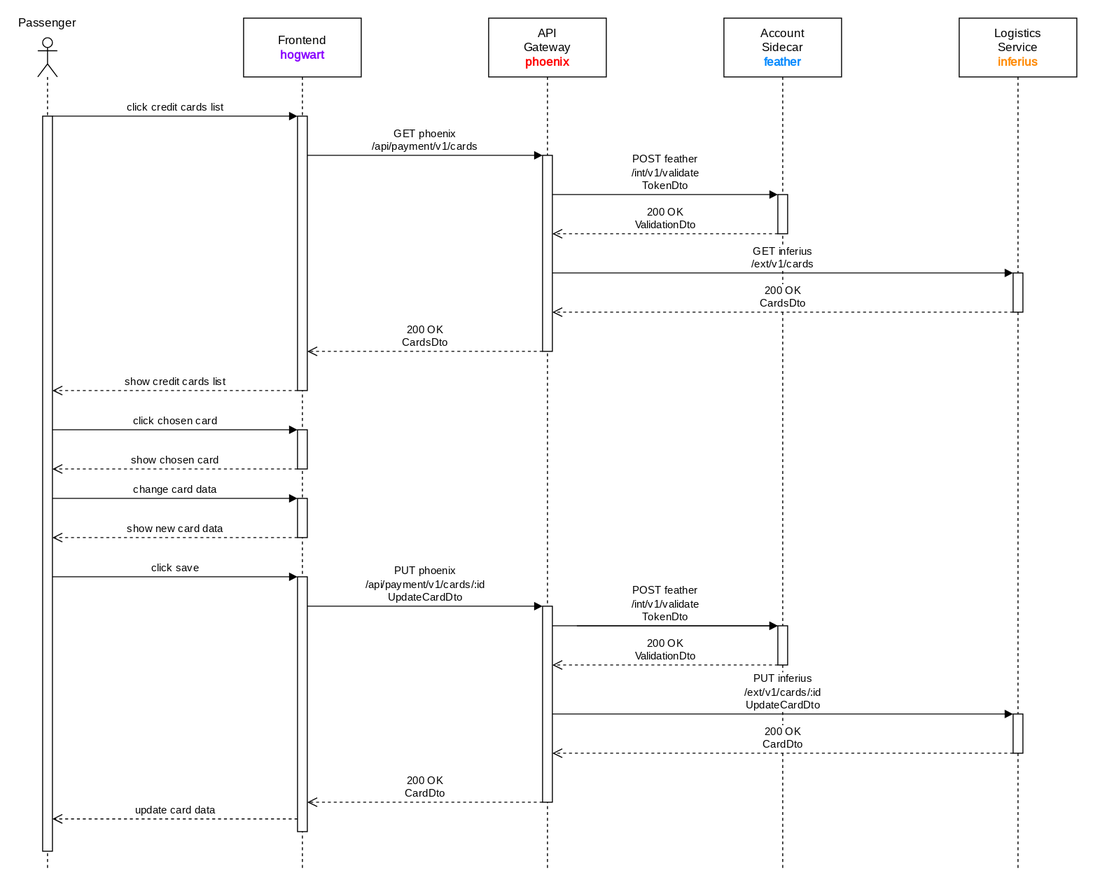
PWR-ACS-SE-24/SoftwareSystemDesign keeps this draw.io diagram as documentation/course/e2/images/sequence-diagram-inferius-update-card.drawio.svg. Above is the earlier version. Source tidied: cells renumbered, new cells last; positions are measured from the earlier drawing's top-left corner, leaving out a move shared by most shapes.
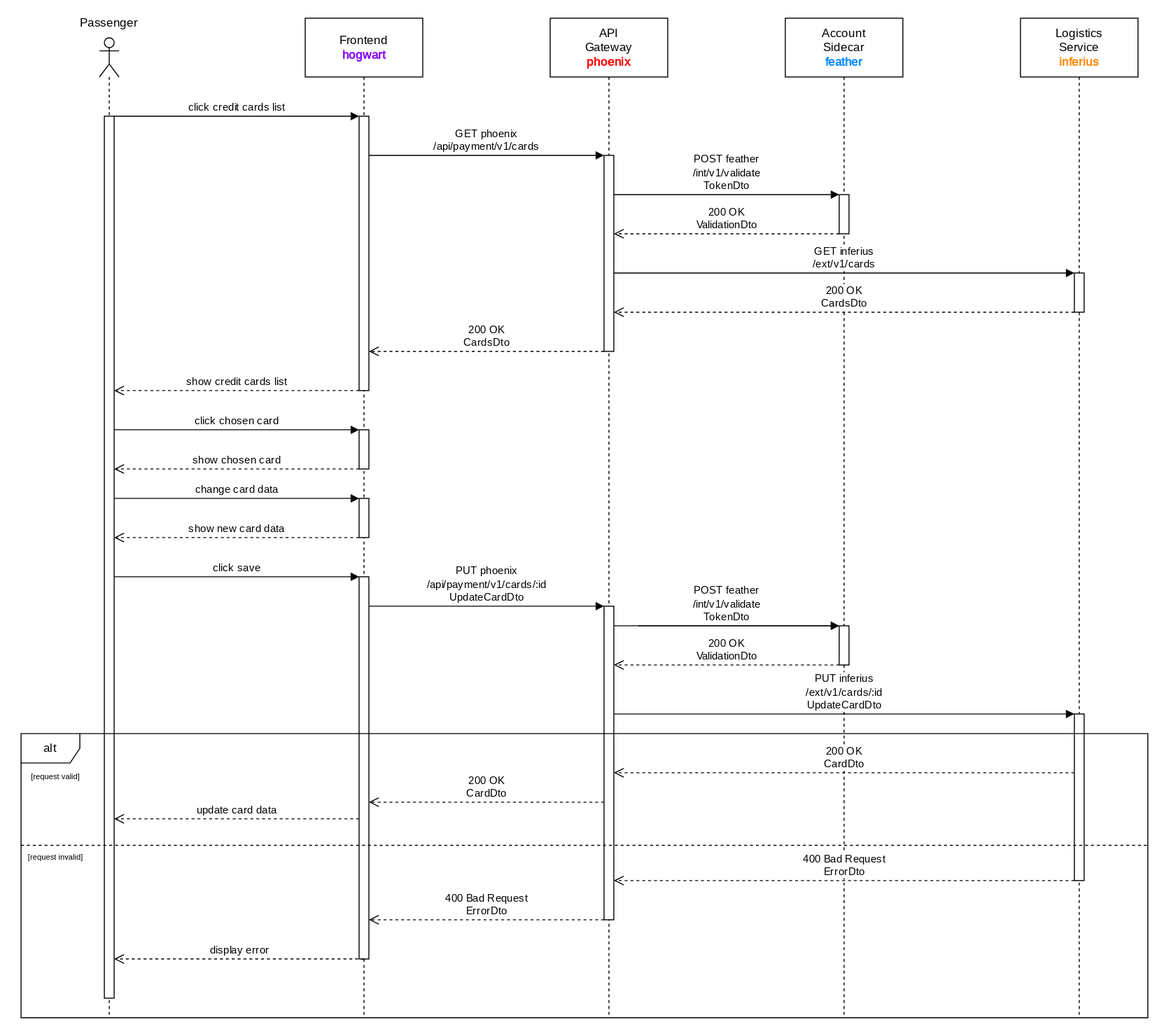
The same diagram one commit later.

The edit, as a diff of the source:
```diff
@@ -3,16 +3,16 @@
     <mxCell id="0" />
     <mxCell id="1" parent="0" />
     <mxCell id="2" value="&lt;div&gt;API&lt;/div&gt;&lt;div&gt;Gateway&lt;/div&gt;&lt;div&gt;&lt;b&gt;&lt;font color=&quot;#ff0000&quot;&gt;phoenix&lt;/font&gt;&lt;/b&gt;&lt;br&gt;&lt;/div&gt;" style="shape=umlLifeline;perimeter=lifelinePerimeter;whiteSpace=wrap;html=1;newEdgeStyle={&quot;curved&quot;:0,&quot;rounded&quot;:0};size=60;fontFamily=JetBrains Mono;fontSource=https%3A%2F%2Ffonts.googleapis.com%2Fcss%3Ffamily%3DJetBrains%2BMono;" parent="1" vertex="1">
-      <mxGeometry x="460" width="120" height="870" as="geometry" />
+      <mxGeometry x="460" width="120" height="1020" as="geometry" />
     </mxCell>
     <mxCell id="3" style="html=1;points=[[0,0,0,0,5],[0,1,0,0,-5],[1,0,0,0,5],[1,1,0,0,-5]];perimeter=orthogonalPerimeter;outlineConnect=0;targetShapes=umlLifeline;portConstraint=eastwest;newEdgeStyle={&quot;curved&quot;:0,&quot;rounded&quot;:0};fontFamily=JetBrains Mono;fontSource=https%3A%2F%2Ffonts.googleapis.com%2Fcss%3Ffamily%3DJetBrains%2BMono;" parent="2" vertex="1">
       <mxGeometry x="55" y="140" width="10" height="200" as="geometry" />
     </mxCell>
     <mxCell id="4" style="html=1;points=[[0,0,0,0,5],[0,1,0,0,-5],[1,0,0,0,5],[1,1,0,0,-5]];perimeter=orthogonalPerimeter;outlineConnect=0;targetShapes=umlLifeline;portConstraint=eastwest;newEdgeStyle={&quot;curved&quot;:0,&quot;rounded&quot;:0};fontFamily=JetBrains Mono;fontSource=https%3A%2F%2Ffonts.googleapis.com%2Fcss%3Ffamily%3DJetBrains%2BMono;" parent="2" vertex="1">
-      <mxGeometry x="55" y="600" width="10" height="200" as="geometry" />
+      <mxGeometry x="55" y="600" width="10" height="320" as="geometry" />
     </mxCell>
     <mxCell id="5" value="Account&lt;br&gt;Sidecar&lt;font color=&quot;#0088ff&quot;&gt;&lt;b&gt;&lt;br&gt;feather&lt;/b&gt;&lt;/font&gt;&lt;br&gt;&lt;font color=&quot;#0088ff&quot;&gt;&lt;b&gt;&lt;/b&gt;&lt;/font&gt;" style="shape=umlLifeline;perimeter=lifelinePerimeter;whiteSpace=wrap;html=1;newEdgeStyle={&quot;curved&quot;:0,&quot;rounded&quot;:0};size=60;fontFamily=JetBrains Mono;fontSource=https%3A%2F%2Ffonts.googleapis.com%2Fcss%3Ffamily%3DJetBrains%2BMono;" parent="1" vertex="1">
-      <mxGeometry x="700" width="120" height="870" as="geometry" />
+      <mxGeometry x="700" width="120" height="1020" as="geometry" />
     </mxCell>
     <mxCell id="6" style="html=1;points=[[0,0,0,0,5],[0,1,0,0,-5],[1,0,0,0,5],[1,1,0,0,-5]];perimeter=orthogonalPerimeter;outlineConnect=0;targetShapes=umlLifeline;portConstraint=eastwest;newEdgeStyle={&quot;curved&quot;:0,&quot;rounded&quot;:0};fontFamily=JetBrains Mono;fontSource=https%3A%2F%2Ffonts.googleapis.com%2Fcss%3Ffamily%3DJetBrains%2BMono;" parent="5" vertex="1">
       <mxGeometry x="55" y="180" width="10" height="40" as="geometry" />
@@ -21,7 +21,7 @@
       <mxGeometry x="55" y="620" width="10" height="40" as="geometry" />
     </mxCell>
     <mxCell id="8" value="&lt;div&gt;Frontend&lt;/div&gt;&lt;div&gt;&lt;b&gt;&lt;font color=&quot;#8800ff&quot;&gt;hogwart&lt;/font&gt;&lt;/b&gt;&lt;br&gt;&lt;/div&gt;" style="shape=umlLifeline;perimeter=lifelinePerimeter;whiteSpace=wrap;html=1;newEdgeStyle={&quot;curved&quot;:0,&quot;rounded&quot;:0};size=60;fontFamily=JetBrains Mono;fontSource=https%3A%2F%2Ffonts.googleapis.com%2Fcss%3Ffamily%3DJetBrains%2BMono;" parent="1" vertex="1">
-      <mxGeometry x="210" width="120" height="870" as="geometry" />
+      <mxGeometry x="210" width="120" height="1020" as="geometry" />
     </mxCell>
     <mxCell id="9" style="html=1;points=[[0,0,0,0,5],[0,1,0,0,-5],[1,0,0,0,5],[1,1,0,0,-5]];perimeter=orthogonalPerimeter;outlineConnect=0;targetShapes=umlLifeline;portConstraint=eastwest;newEdgeStyle={&quot;curved&quot;:0,&quot;rounded&quot;:0};fontFamily=JetBrains Mono;fontSource=https%3A%2F%2Ffonts.googleapis.com%2Fcss%3Ffamily%3DJetBrains%2BMono;" parent="8" vertex="1">
       <mxGeometry x="55" y="100" width="10" height="280" as="geometry" />
@@ -33,13 +33,13 @@
       <mxGeometry x="55" y="490" width="10" height="40" as="geometry" />
     </mxCell>
     <mxCell id="12" style="html=1;points=[[0,0,0,0,5],[0,1,0,0,-5],[1,0,0,0,5],[1,1,0,0,-5]];perimeter=orthogonalPerimeter;outlineConnect=0;targetShapes=umlLifeline;portConstraint=eastwest;newEdgeStyle={&quot;curved&quot;:0,&quot;rounded&quot;:0};fontFamily=JetBrains Mono;fontSource=https%3A%2F%2Ffonts.googleapis.com%2Fcss%3Ffamily%3DJetBrains%2BMono;" parent="8" vertex="1">
-      <mxGeometry x="55" y="570" width="10" height="260" as="geometry" />
+      <mxGeometry x="55" y="570" width="10" height="390" as="geometry" />
     </mxCell>
     <mxCell id="13" value="&lt;div&gt;Passenger&lt;/div&gt;" style="shape=umlLifeline;perimeter=lifelinePerimeter;whiteSpace=wrap;html=1;newEdgeStyle={&quot;curved&quot;:0,&quot;rounded&quot;:0};participant=umlActor;spacing=0;spacingBottom=70;fontFamily=JetBrains Mono;fontSource=https%3A%2F%2Ffonts.googleapis.com%2Fcss%3Ffamily%3DJetBrains%2BMono;" parent="1" vertex="1">
-      <mxGeometry y="20" width="20" height="850" as="geometry" />
+      <mxGeometry y="20" width="20" height="1000" as="geometry" />
     </mxCell>
     <mxCell id="14" style="html=1;points=[[0,0,0,0,5],[0,1,0,0,-5],[1,0,0,0,5],[1,1,0,0,-5]];perimeter=orthogonalPerimeter;outlineConnect=0;targetShapes=umlLifeline;portConstraint=eastwest;newEdgeStyle={&quot;curved&quot;:0,&quot;rounded&quot;:0};fontFamily=JetBrains Mono;fontSource=https%3A%2F%2Ffonts.googleapis.com%2Fcss%3Ffamily%3DJetBrains%2BMono;" parent="13" vertex="1">
-      <mxGeometry x="5" y="80" width="10" height="750" as="geometry" />
+      <mxGeometry x="5" y="80" width="10" height="900" as="geometry" />
     </mxCell>
     <mxCell id="15" value="click credit cards list" style="html=1;verticalAlign=bottom;endArrow=block;curved=0;rounded=0;fontFamily=JetBrains Mono;fontSource=https%3A%2F%2Ffonts.googleapis.com%2Fcss%3Ffamily%3DJetBrains%2BMono;" parent="1" edge="1" target="9">
       <mxGeometry relative="1" as="geometry">
@@ -105,10 +105,10 @@
     </mxCell>
     <mxCell id="24" value="&lt;font&gt;200 OK&lt;/font&gt;&lt;div&gt;&lt;font&gt;CardDto&lt;/font&gt;&lt;/div&gt;" style="html=1;verticalAlign=bottom;endArrow=open;dashed=1;endSize=8;curved=0;rounded=0;fontFamily=JetBrains Mono;fontSource=https%3A%2F%2Ffonts.googleapis.com%2Fcss%3Ffamily%3DJetBrains%2BMono;" parent="1" edge="1">
       <mxGeometry relative="1" as="geometry">
-        <mxPoint x="995" y="750" as="sourcePoint" />
-        <mxPoint x="525" y="750" as="targetPoint" />
+        <mxPoint x="995" y="770" as="sourcePoint" />
+        <mxPoint x="525" y="770" as="targetPoint" />
         <Array as="points">
-          <mxPoint x="650" y="750" />
+          <mxPoint x="650" y="770" />
         </Array>
       </mxGeometry>
     </mxCell>
@@ -122,13 +122,13 @@
       </mxGeometry>
     </mxCell>
     <mxCell id="26" value="Logistics&lt;br&gt;Service&lt;br&gt;&lt;b&gt;&lt;font color=&quot;#ff8800&quot;&gt;inferius&lt;/font&gt;&lt;/b&gt;" style="shape=umlLifeline;perimeter=lifelinePerimeter;whiteSpace=wrap;html=1;newEdgeStyle={&quot;curved&quot;:0,&quot;rounded&quot;:0};size=60;fontFamily=JetBrains Mono;fontSource=https%3A%2F%2Ffonts.googleapis.com%2Fcss%3Ffamily%3DJetBrains%2BMono;" parent="1" vertex="1">
-      <mxGeometry x="940" width="120" height="870" as="geometry" />
+      <mxGeometry x="940" width="120" height="1020" as="geometry" />
     </mxCell>
     <mxCell id="27" style="html=1;points=[[0,0,0,0,5],[0,1,0,0,-5],[1,0,0,0,5],[1,1,0,0,-5]];perimeter=orthogonalPerimeter;outlineConnect=0;targetShapes=umlLifeline;portConstraint=eastwest;newEdgeStyle={&quot;curved&quot;:0,&quot;rounded&quot;:0};fontFamily=JetBrains Mono;fontSource=https%3A%2F%2Ffonts.googleapis.com%2Fcss%3Ffamily%3DJetBrains%2BMono;" parent="26" vertex="1">
       <mxGeometry x="55" y="260" width="10" height="40" as="geometry" />
     </mxCell>
     <mxCell id="28" style="html=1;points=[[0,0,0,0,5],[0,1,0,0,-5],[1,0,0,0,5],[1,1,0,0,-5]];perimeter=orthogonalPerimeter;outlineConnect=0;targetShapes=umlLifeline;portConstraint=eastwest;newEdgeStyle={&quot;curved&quot;:0,&quot;rounded&quot;:0};fontFamily=JetBrains Mono;fontSource=https%3A%2F%2Ffonts.googleapis.com%2Fcss%3Ffamily%3DJetBrains%2BMono;" parent="26" vertex="1">
-      <mxGeometry x="55" y="710" width="10" height="40" as="geometry" />
+      <mxGeometry x="55" y="710" width="10" height="170" as="geometry" />
     </mxCell>
     <mxCell id="29" value="GET inferius&lt;div&gt;/ext/v1/cards&lt;/div&gt;" style="html=1;verticalAlign=bottom;endArrow=block;curved=0;rounded=0;fontFamily=JetBrains Mono;fontSource=https%3A%2F%2Ffonts.googleapis.com%2Fcss%3Ffamily%3DJetBrains%2BMono;" parent="1" edge="1" source="3" target="27">
       <mxGeometry relative="1" as="geometry">
@@ -190,8 +190,11 @@
         </Array>
       </mxGeometry>
     </mxCell>
-    <mxCell id="37" value="change card data" style="html=1;verticalAlign=bottom;endArrow=block;curved=0;rounded=0;fontFamily=JetBrains Mono;fontSource=https%3A%2F%2Ffonts.googleapis.com%2Fcss%3Ffamily%3DJetBrains%2BMono;" parent="1" edge="1" source="14" target="11">
-      <mxGeometry relative="1" as="geometry" />
+    <mxCell id="37" value="change card data" style="html=1;verticalAlign=bottom;endArrow=block;curved=0;rounded=0;fontFamily=JetBrains Mono;fontSource=https%3A%2F%2Ffonts.googleapis.com%2Fcss%3Ffamily%3DJetBrains%2BMono;" parent="1" edge="1">
+      <mxGeometry relative="1" as="geometry">
+        <mxPoint x="15" y="490" as="sourcePoint" />
+        <mxPoint x="265" y="490" as="targetPoint" />
+      </mxGeometry>
     </mxCell>
     <mxCell id="38" value="&lt;font&gt;show new card data&lt;/font&gt;" style="html=1;verticalAlign=bottom;endArrow=open;dashed=1;endSize=8;curved=0;rounded=0;fontFamily=JetBrains Mono;fontSource=https%3A%2F%2Ffonts.googleapis.com%2Fcss%3Ffamily%3DJetBrains%2BMono;" parent="1" edge="1">
       <mxGeometry relative="1" as="geometry">
@@ -205,5 +208,40 @@
     <mxCell id="39" value="click save" style="html=1;verticalAlign=bottom;endArrow=block;curved=0;rounded=0;fontFamily=JetBrains Mono;fontSource=https%3A%2F%2Ffonts.googleapis.com%2Fcss%3Ffamily%3DJetBrains%2BMono;" parent="1" edge="1" source="14" target="12">
       <mxGeometry relative="1" as="geometry" />
     </mxCell>
+    <mxCell id="40" value="alt" style="shape=umlFrame;whiteSpace=wrap;html=1;fontFamily=JetBrains Mono;fontSource=https%3A%2F%2Ffonts.googleapis.com%2Fcss%3Ffamily%3DJetBrains%2BMono;" parent="1" vertex="1">
+      <mxGeometry x="-80" y="730" width="1150" height="290" as="geometry" />
+    </mxCell>
+    <mxCell id="41" style="line;strokeWidth=1;fillColor=none;align=left;verticalAlign=middle;spacingTop=-1;spacingLeft=3;spacingRight=3;labelPosition=right;strokeColor=inherit;fontFamily=JetBrains Mono;fontSource=https%3A%2F%2Ffonts.googleapis.com%2Fcss%3Ffamily%3DJetBrains%2BMono;dashed=1;" parent="1" vertex="1">
+      <mxGeometry x="-80" y="840" width="1150" height="8" as="geometry" />
+    </mxCell>
+    <mxCell id="42" value="&lt;font style=&quot;font-size: 8px;&quot;&gt;[request valid]&lt;/font&gt;" style="text;html=1;align=center;verticalAlign=middle;strokeColor=none;fillColor=none;" parent="1" vertex="1">
+      <mxGeometry x="-80" y="758" width="70" height="30" as="geometry" />
+    </mxCell>
+    <mxCell id="43" value="&lt;font style=&quot;font-size: 8px;&quot;&gt;[request invalid]&lt;/font&gt;" style="text;html=1;align=center;verticalAlign=middle;strokeColor=none;fillColor=none;" parent="1" vertex="1">
+      <mxGeometry x="-85" y="840" width="80" height="30" as="geometry" />
+    </mxCell>
+    <mxCell id="44" value="&lt;font&gt;400 Bad Request&lt;/font&gt;&lt;div&gt;&lt;font&gt;ErrorDto&lt;/font&gt;&lt;/div&gt;" style="html=1;verticalAlign=bottom;endArrow=open;dashed=1;endSize=8;curved=0;rounded=0;fontFamily=JetBrains Mono;fontSource=https%3A%2F%2Ffonts.googleapis.com%2Fcss%3Ffamily%3DJetBrains%2BMono;" parent="1" edge="1">
+      <mxGeometry relative="1" as="geometry">
+        <mxPoint x="995" y="880" as="sourcePoint" />
+        <mxPoint x="525" y="880" as="targetPoint" />
+        <Array as="points">
+          <mxPoint x="650" y="880" />
+        </Array>
+      </mxGeometry>
+    </mxCell>
+    <mxCell id="45" value="400 Bad Request&lt;br&gt;&lt;div&gt;&lt;font&gt;ErrorDto&lt;/font&gt;&lt;/div&gt;" style="html=1;verticalAlign=bottom;endArrow=open;dashed=1;endSize=8;curved=0;rounded=0;fontFamily=JetBrains Mono;fontSource=https%3A%2F%2Ffonts.googleapis.com%2Fcss%3Ffamily%3DJetBrains%2BMono;" parent="1" edge="1">
+      <mxGeometry relative="1" as="geometry">
+        <mxPoint x="515" y="920" as="sourcePoint" />
+        <mxPoint x="275" y="920" as="targetPoint" />
+      </mxGeometry>
+    </mxCell>
+    <mxCell id="46" value="&lt;font&gt;display error&lt;br&gt;&lt;/font&gt;" style="html=1;verticalAlign=bottom;endArrow=open;dashed=1;endSize=8;curved=0;rounded=0;fontFamily=JetBrains Mono;fontSource=https%3A%2F%2Ffonts.googleapis.com%2Fcss%3Ffamily%3DJetBrains%2BMono;" parent="1" edge="1" target="14">
+      <mxGeometry relative="1" as="geometry">
+        <mxPoint x="270" y="960" as="sourcePoint" />
+        <Array as="points">
+          <mxPoint x="140" y="960" />
+        </Array>
+      </mxGeometry>
+    </mxCell>
   </root>
 </mxGraphModel>
```
